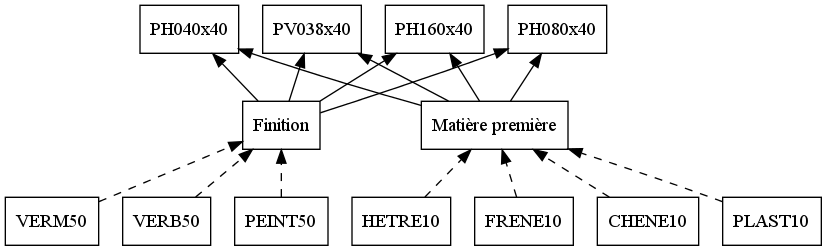
This is nomenclature/planches.png from padenot/OGP, a Graphviz export, as it was before one commit. Its source is kept beside it as nomenclature/src/planches.dot.
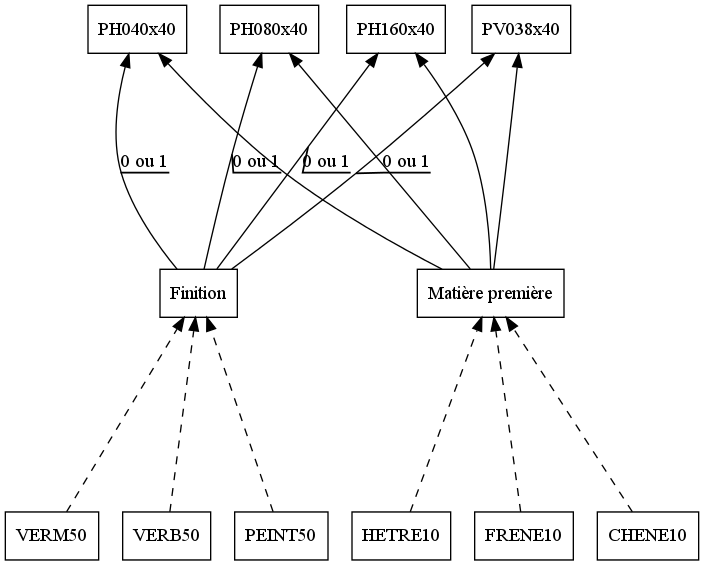
The same diagram one commit later.

The edit, as a diff of the source:
```diff
@@ -1,6 +1,7 @@
 digraph
 {
 	rankdir=BT
+	ranksep=2.0
 	node[shape=box]
 
 	PH160x40 //[label="Planche horizontale 160x40cm"]
@@ -14,25 +15,24 @@
 	PEINT50 //[label="Peinture"]
 
 	mp [label="Matière première"]
-	PLAST10 //[label="Plastique"]
 	HETRE10 //[label="Hêtre"]
 	FRENE10 //[label="Frêne"]
 	CHENE10 //[label="Chêne"]
 
+	edge[decorate]
 	mp -> PV038x40
-	finition -> PV038x40
+	finition -> PV038x40 [label="0 ou 1"]
 	mp -> PH040x40
-	finition -> PH040x40
+	finition -> PH040x40 [label="0 ou 1"]
 	mp -> PH080x40
-	finition -> PH080x40
+	finition -> PH080x40 [label="0 ou 1"]
 	mp -> PH160x40
-	finition -> PH160x40
+	finition -> PH160x40 [label="0 ou 1"]
 
 	VERM50 -> finition [style=dashed]
 	VERB50 -> finition [style=dashed]
 	PEINT50 -> finition [style=dashed]
 
-	PLAST10 -> mp [style=dashed]
 	HETRE10 -> mp [style=dashed]
 	FRENE10 -> mp [style=dashed]
 	CHENE10 -> mp [style=dashed]
```
